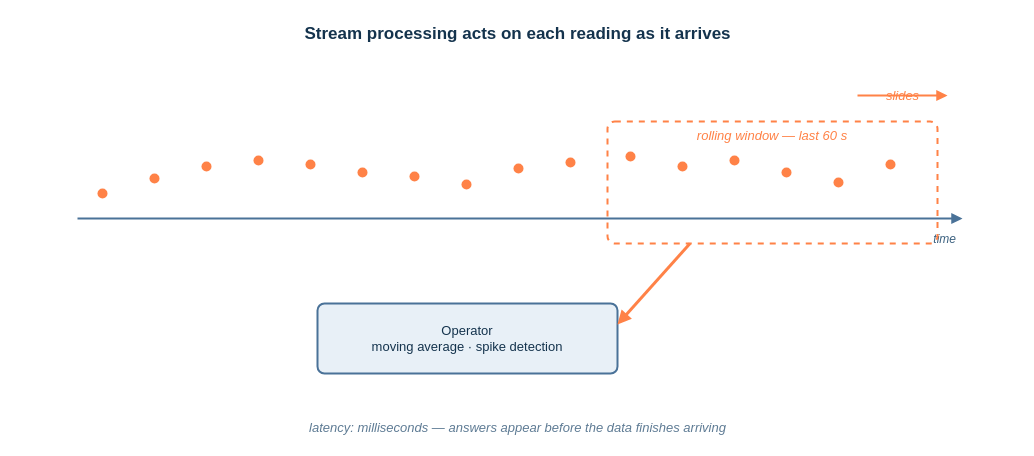
Earlier version of the draw.io diagram course-notes/diagrams/course-notes3-fig04.drawio (eislab-cps/D7065E). Source tidied: cells renumbered, new cells numbered last; positions are measured from the earlier drawing's top-left corner, leaving out a move shared by most shapes. Both pictures are drawn from the tidied source at 100%, with x=0, y=0 at pixel (17, 17).
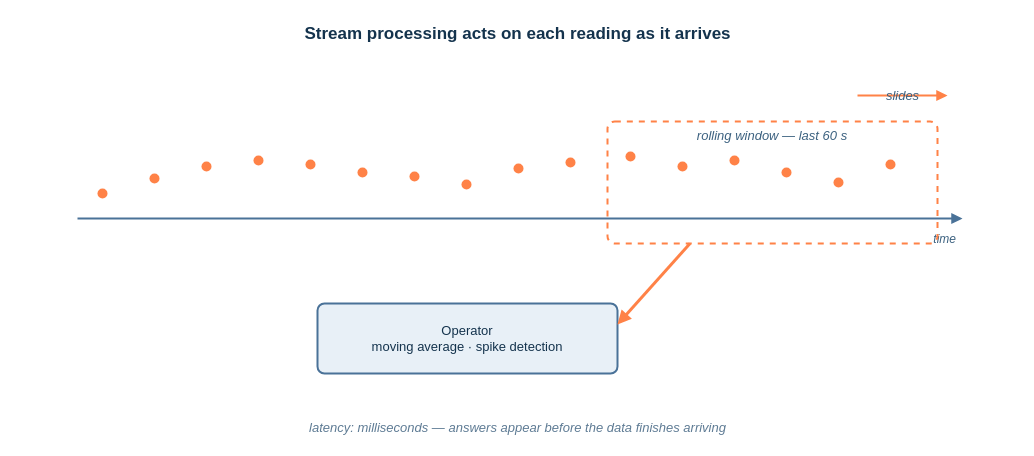
The same diagram, later.

Change to the diagram source:
```diff
@@
-    <mxCell id="21" value="rolling window — last 60 s" style="rounded=1;whiteSpace=wrap;html=1;fillColor=none;strokeColor=#FF8247;dashed=1;strokeWidth=2;fontColor=#FF8247;fontFamily=Helvetica;fontSize=13;fontStyle=2;verticalAlign=top;arcSize=6;" parent="1" vertex="1">
+    <mxCell id="21" value="rolling window — last 60 s" style="rounded=1;whiteSpace=wrap;html=1;fillColor=none;strokeColor=#FF8247;dashed=1;strokeWidth=2;fontColor=#3D6280;fontFamily=Helvetica;fontSize=13;fontStyle=2;verticalAlign=top;arcSize=6;" parent="1" vertex="1">
       <mxGeometry x="590" y="104" width="330" height="122" as="geometry" />
     </mxCell>
-    <mxCell id="22" value="slides" style="endArrow=block;html=1;strokeColor=#FF8247;strokeWidth=2;fontColor=#FF8247;fontSize=13;fontStyle=2;labelBackgroundColor=none;fontFamily=Helvetica;" parent="1" edge="1">
+    <mxCell id="22" value="slides" style="endArrow=block;html=1;strokeColor=#FF8247;strokeWidth=2;fontColor=#3D6280;fontSize=13;fontStyle=2;labelBackgroundColor=none;fontFamily=Helvetica;" parent="1" edge="1">
       <mxGeometry relative="1" as="geometry">
         <mxPoint x="840" y="78" as="sourcePoint" />
         <mxPoint x="930" y="78" as="targetPoint" />
       </mxGeometry>
     </mxCell>
```
